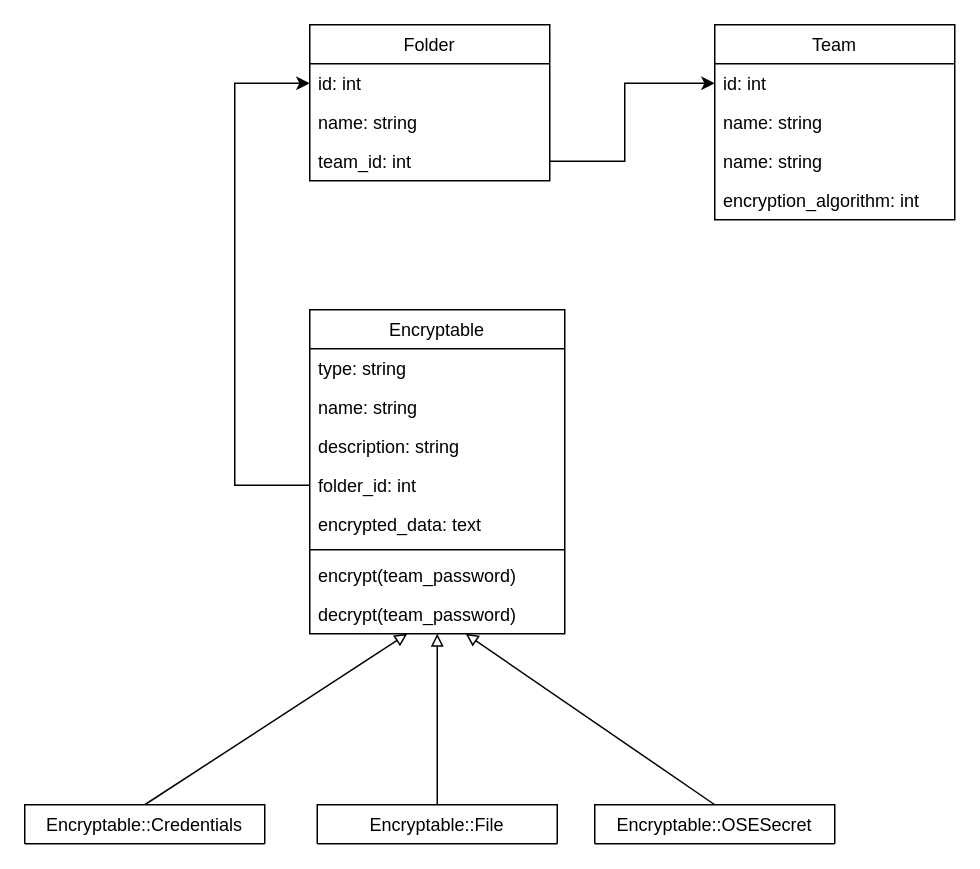
Before: 1_konzeption/_files/encryptables.drawio in puzzle-bbt/kon-cryptopus-encryptables, a draw.io diagram. Source tidied: cells renumbered, new cells numbered last; positions are measured from the earlier drawing's top-left corner, leaving out a move shared by most shapes. Both pictures are drawn from the tidied source at 150%, with x=0, y=0 at pixel (24, 24).
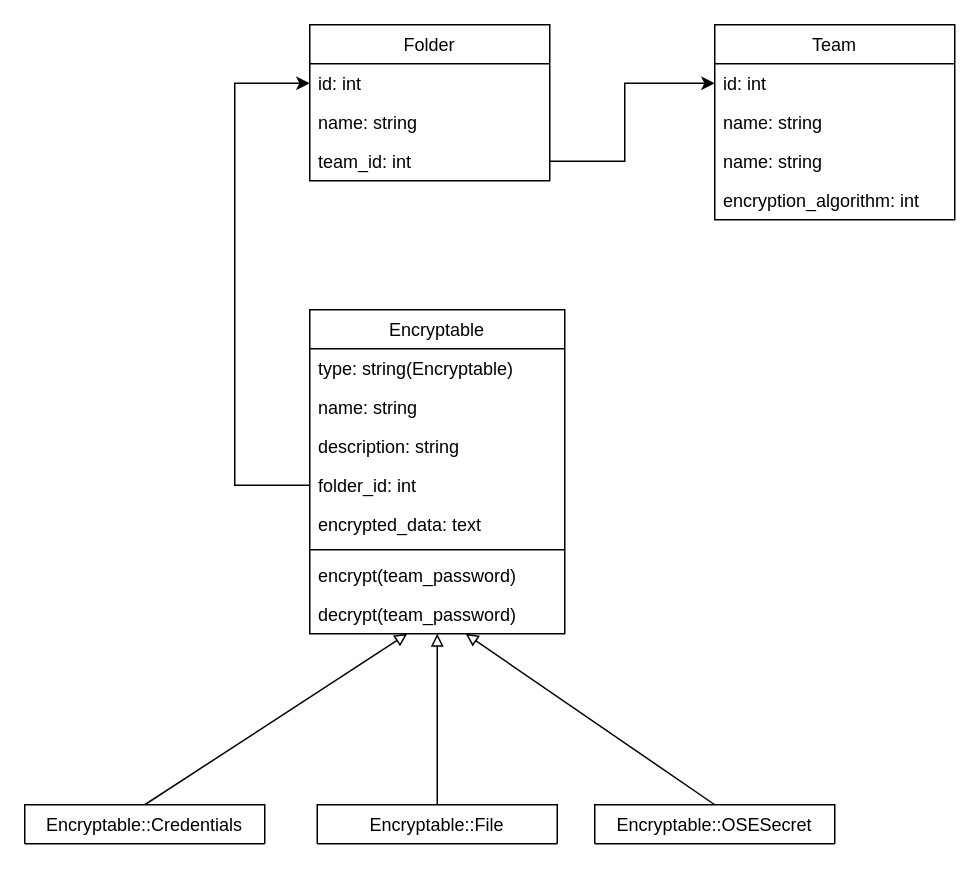
After the change.

The change refers to these unchanged cells:
```xml
<mxCell id="5" value="Encryptable" style="swimlane;fontStyle=0;align=center;verticalAlign=top;horizontal=1;startSize=26;rounded=0;shadow=0;strokeWidth=1;" parent="1" vertex="1">
  <mxGeometry x="190" y="190" width="170" height="216" as="geometry" />
</mxCell>
```

What changed in the source:
```diff
@@
-    <mxCell id="6" value="type: string" style="text;align=left;verticalAlign=top;spacingLeft=4;spacingRight=4;overflow=hidden;" parent="5" vertex="1">
+    <mxCell id="6" value="type: string(Encryptable)" style="text;align=left;verticalAlign=top;spacingLeft=4;spacingRight=4;overflow=hidden;" parent="5" vertex="1">
       <mxGeometry y="26" width="170" height="26" as="geometry" />
     </mxCell>
```
